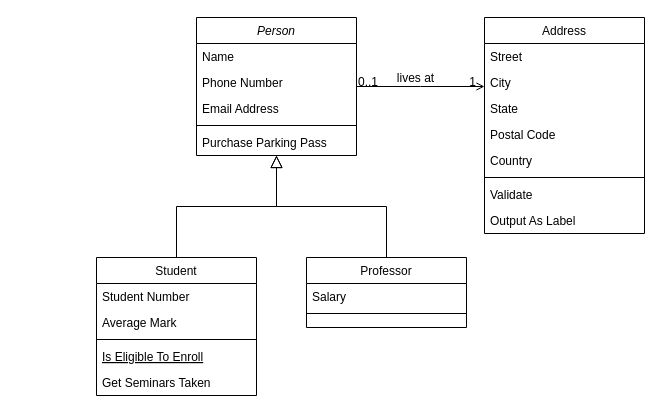
Earlier version of the draw.io diagram Untitled Diagram.drawio (cocapi72/anivendo). Source tidied: cells renumbered, new cells numbered last; positions are measured from the earlier drawing's top-left corner, leaving out a move shared by most shapes. Both pictures are drawn from the tidied source at 100%, with x=0, y=0 at pixel (96, 17).
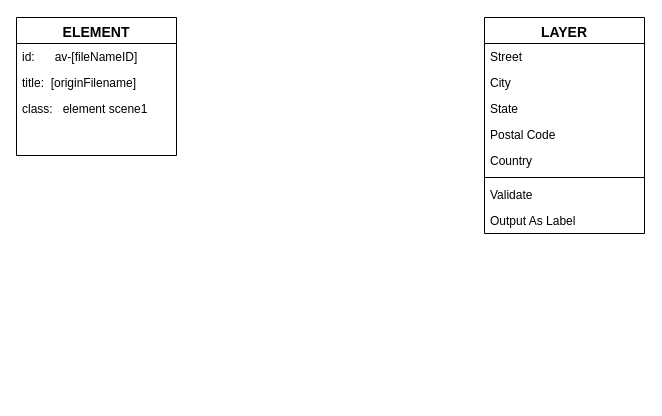
Above is the later version.

Commit message:
anivendo classes

The edit, as a diff of the source:
```diff
@@
-    <mxCell id="2" value="Person" style="swimlane;fontStyle=2;align=center;verticalAlign=top;horizontal=1;startSize=26;rounded=0;shadow=0;strokeWidth=1;" parent="1" vertex="1">
-      <mxGeometry x="100" width="160" height="138" as="geometry" />
+    <mxCell id="2" value="ELEMENT" style="swimlane;fontStyle=1;align=center;verticalAlign=top;horizontal=1;startSize=26;rounded=0;shadow=0;strokeWidth=1;fontFamily=Helvetica;fontSize=14;" parent="1" vertex="1">
+      <mxGeometry x="-80" width="160" height="138" as="geometry" />
     </mxCell>
-    <mxCell id="3" value="Name" style="text;align=left;verticalAlign=top;spacingLeft=4;spacingRight=4;overflow=hidden;" parent="2" vertex="1">
+    <mxCell id="3" value="id:      av-[fileNameID]" style="text;align=left;verticalAlign=top;spacingLeft=4;spacingRight=4;overflow=hidden;" parent="2" vertex="1">
       <mxGeometry y="26" width="160" height="26" as="geometry" />
     </mxCell>
-    <mxCell id="4" value="Phone Number" style="text;align=left;verticalAlign=top;spacingLeft=4;spacingRight=4;overflow=hidden;rounded=0;shadow=0;html=0;" parent="2" vertex="1">
+    <mxCell id="4" value="title:  [originFilename]" style="text;align=left;verticalAlign=top;spacingLeft=4;spacingRight=4;overflow=hidden;rounded=0;shadow=0;html=0;" parent="2" vertex="1">
       <mxGeometry y="52" width="160" height="26" as="geometry" />
     </mxCell>
-    <mxCell id="5" value="Email Address" style="text;align=left;verticalAlign=top;spacingLeft=4;spacingRight=4;overflow=hidden;rounded=0;shadow=0;html=0;" parent="2" vertex="1">
+    <mxCell id="5" value="class:   element scene1" style="text;align=left;verticalAlign=top;spacingLeft=4;spacingRight=4;overflow=hidden;rounded=0;shadow=0;html=0;" parent="2" vertex="1">
       <mxGeometry y="78" width="160" height="26" as="geometry" />
     </mxCell>
-    <mxCell id="6" style="line;html=1;strokeWidth=1;align=left;verticalAlign=middle;spacingTop=-1;spacingLeft=3;spacingRight=3;labelPosition=right;" parent="2" vertex="1">
-      <mxGeometry y="104" width="160" height="8" as="geometry" />
-    </mxCell>
-    <mxCell id="7" value="Purchase Parking Pass" style="text;align=left;verticalAlign=top;spacingLeft=4;spacingRight=4;overflow=hidden;" parent="2" vertex="1">
-      <mxGeometry y="112" width="160" height="26" as="geometry" />
-    </mxCell>
-    <mxCell id="8" value="Student" style="swimlane;fontStyle=0;align=center;verticalAlign=top;horizontal=1;startSize=26;rounded=0;shadow=0;strokeWidth=1;" parent="1" vertex="1">
-      <mxGeometry y="240" width="160" height="138" as="geometry" />
-    </mxCell>
-    <mxCell id="9" value="Student Number" style="text;align=left;verticalAlign=top;spacingLeft=4;spacingRight=4;overflow=hidden;" parent="8" vertex="1">
-      <mxGeometry y="26" width="160" height="26" as="geometry" />
-    </mxCell>
-    <mxCell id="10" value="Average Mark" style="text;align=left;verticalAlign=top;spacingLeft=4;spacingRight=4;overflow=hidden;rounded=0;shadow=0;html=0;" parent="8" vertex="1">
-      <mxGeometry y="52" width="160" height="26" as="geometry" />
-    </mxCell>
-    <mxCell id="11" style="line;html=1;strokeWidth=1;align=left;verticalAlign=middle;spacingTop=-1;spacingLeft=3;spacingRight=3;labelPosition=right;" parent="8" vertex="1">
-      <mxGeometry y="78" width="160" height="8" as="geometry" />
-    </mxCell>
-    <mxCell id="12" value="Is Eligible To Enroll" style="text;align=left;verticalAlign=top;spacingLeft=4;spacingRight=4;overflow=hidden;fontStyle=4;" parent="8" vertex="1">
-      <mxGeometry y="86" width="160" height="26" as="geometry" />
-    </mxCell>
-    <mxCell id="13" value="Get Seminars Taken" style="text;align=left;verticalAlign=top;spacingLeft=4;spacingRight=4;overflow=hidden;" parent="8" vertex="1">
-      <mxGeometry y="112" width="160" height="26" as="geometry" />
-    </mxCell>
-    <mxCell id="14" style="endArrow=block;endSize=10;endFill=0;shadow=0;strokeWidth=1;rounded=0;edgeStyle=elbowEdgeStyle;elbow=vertical;" parent="1" edge="1" source="8" target="2">
-      <mxGeometry relative="1" as="geometry" />
-    </mxCell>
-    <mxCell id="15" value="Professor" style="swimlane;fontStyle=0;align=center;verticalAlign=top;horizontal=1;startSize=26;rounded=0;shadow=0;strokeWidth=1;" parent="1" vertex="1">
-      <mxGeometry x="210" y="240" width="160" height="70" as="geometry" />
-    </mxCell>
-    <mxCell id="16" value="Salary" style="text;align=left;verticalAlign=top;spacingLeft=4;spacingRight=4;overflow=hidden;" parent="15" vertex="1">
-      <mxGeometry y="26" width="160" height="26" as="geometry" />
-    </mxCell>
-    <mxCell id="17" style="line;html=1;strokeWidth=1;align=left;verticalAlign=middle;spacingTop=-1;spacingLeft=3;spacingRight=3;labelPosition=right;" parent="15" vertex="1">
-      <mxGeometry y="52" width="160" height="8" as="geometry" />
-    </mxCell>
-    <mxCell id="18" style="endArrow=block;endSize=10;endFill=0;shadow=0;strokeWidth=1;rounded=0;edgeStyle=elbowEdgeStyle;elbow=vertical;" parent="1" edge="1" source="15" target="2">
-      <mxGeometry relative="1" as="geometry" />
-    </mxCell>
-    <mxCell id="19" value="Address" style="swimlane;fontStyle=0;align=center;verticalAlign=top;horizontal=1;startSize=26;rounded=0;shadow=0;strokeWidth=1;" parent="1" vertex="1">
+    <mxCell id="19" value="LAYER" style="swimlane;fontStyle=1;align=center;verticalAlign=top;horizontal=1;startSize=26;rounded=0;shadow=0;strokeWidth=1;fontSize=14;" parent="1" vertex="1">
       <mxGeometry x="388" width="160" height="216" as="geometry" />
     </mxCell>
@@
-    <mxCell id="28" style="endArrow=open;shadow=0;strokeWidth=1;rounded=0;endFill=1;edgeStyle=elbowEdgeStyle;elbow=vertical;" parent="1" edge="1" source="2" target="19">
-      <mxGeometry x="0.5" y="41" relative="1" as="geometry">
-        <mxPoint x="-40" y="32" as="offset" />
-      </mxGeometry>
-    </mxCell>
-    <mxCell id="29" value="0..1" style="align=left;verticalAlign=bottom;labelBackgroundColor=none;fontSize=12;" parent="28" vertex="1">
-      <mxGeometry x="-1" relative="1" as="geometry">
-        <mxPoint y="4" as="offset" />
-      </mxGeometry>
-    </mxCell>
-    <mxCell id="30" value="1" style="align=right;verticalAlign=bottom;labelBackgroundColor=none;fontSize=12;" parent="28" vertex="1">
-      <mxGeometry x="1" relative="1" as="geometry">
-        <mxPoint x="-7" y="4" as="offset" />
-      </mxGeometry>
-    </mxCell>
-    <mxCell id="31" value="lives at" style="text;html=1;align=center;verticalAlign=middle;labelBackgroundColor=none;rounded=0;shadow=0;strokeWidth=1;fontSize=12;" parent="28" vertex="1">
-      <mxGeometry x="0.5" y="49" relative="1" as="geometry">
-        <mxPoint x="-38" y="40" as="offset" />
-      </mxGeometry>
-    </mxCell>
```
